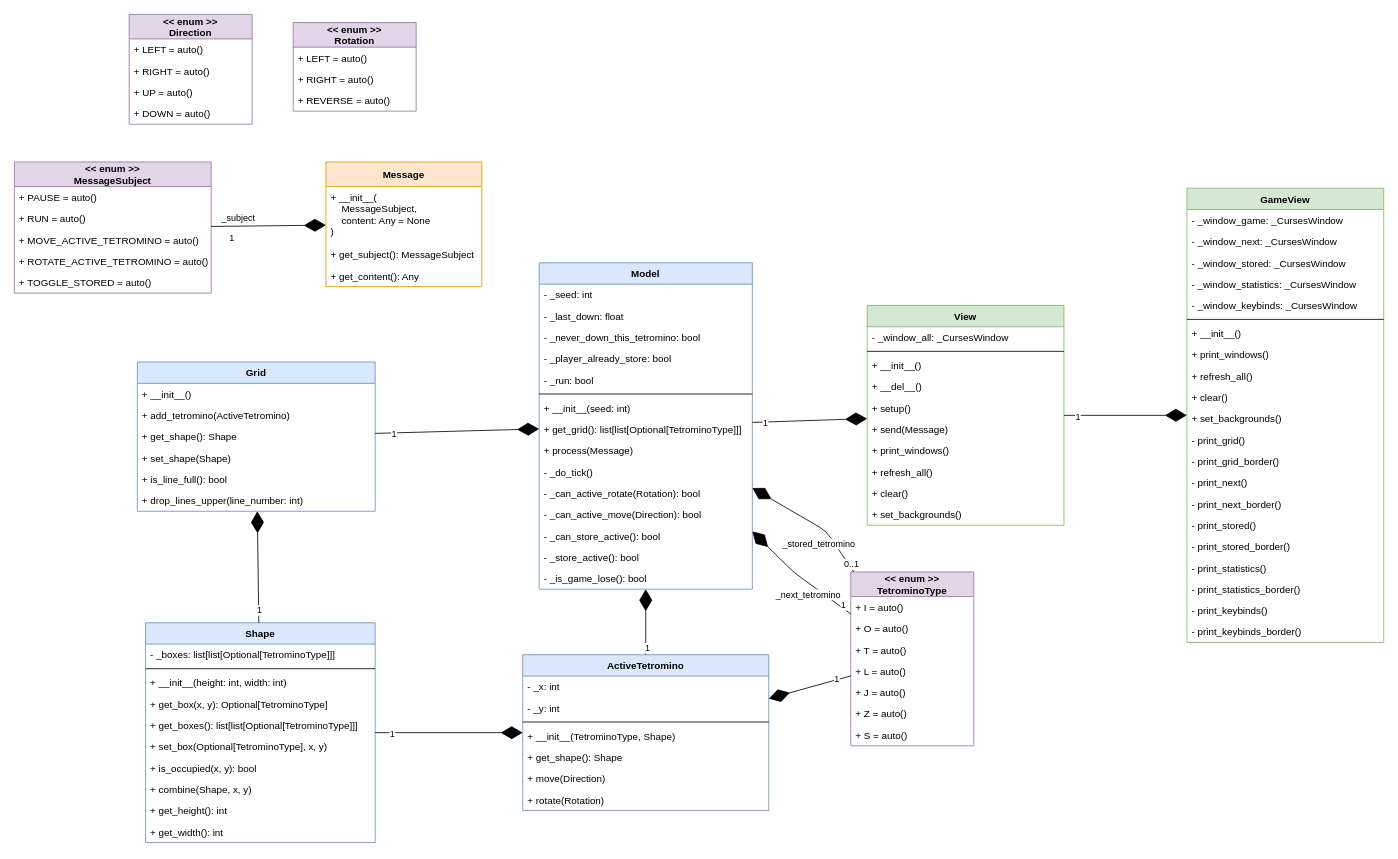
This is information/class diagram.drawio from le-chartreux/Tertris, a draw.io file, before an edit. Source tidied: cells renumbered, new cells numbered last; positions are measured from the earlier drawing's top-left corner, leaving out a move shared by most shapes. Both pictures are drawn from the tidied source at 82%, with x=0, y=0 at pixel (14, 14).
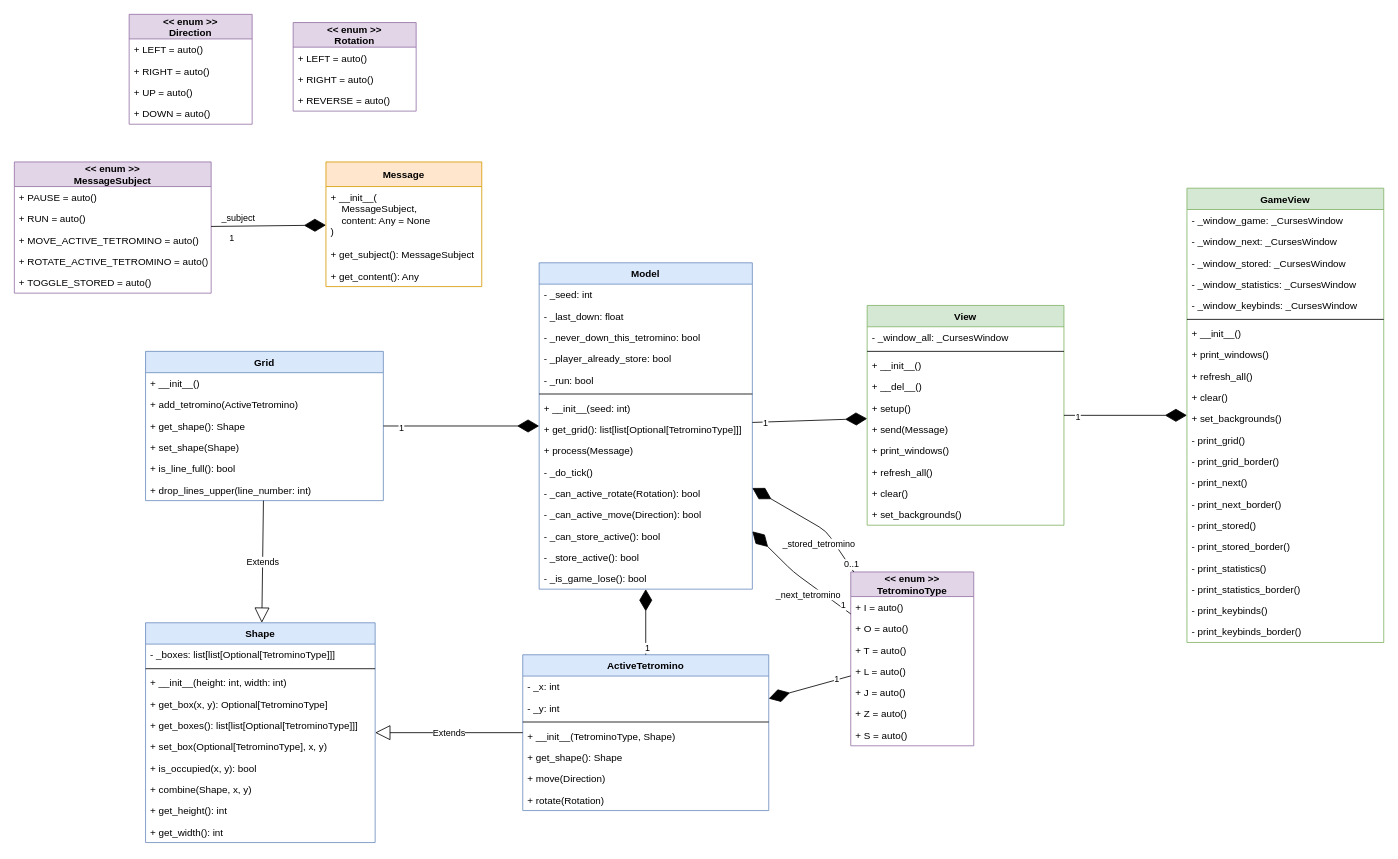
After the change.

Unchanged cells that the change refers to:
```xml
<mxCell id="61" value="ActiveTetromino" style="swimlane;fontStyle=1;align=center;verticalAlign=top;horizontal=1;startSize=26;fillColor=#dae8fc;strokeColor=#6c8ebf;" parent="1" vertex="1">
  <mxGeometry x="620" y="781" width="300" height="190" as="geometry" />
</mxCell>
<mxCell id="74" value="Shape" style="swimlane;fontStyle=1;horizontal=1;startSize=26;fillColor=#dae8fc;strokeColor=#6c8ebf;" parent="1" vertex="1">
  <mxGeometry x="160" y="742" width="280" height="268" as="geometry" />
</mxCell>
```

Change to the diagram source:
```diff
@@
     <mxCell id="52" value="Grid" style="swimlane;fontStyle=1;align=center;verticalAlign=top;horizontal=1;startSize=26;fillColor=#dae8fc;strokeColor=#6c8ebf;" parent="1" vertex="1">
-      <mxGeometry x="150" y="424" width="290" height="182" as="geometry" />
+      <mxGeometry x="160" y="411" width="290" height="182" as="geometry" />
     </mxCell>
@@
-    <mxCell id="85" style="endArrow=diamondThin;endFill=1;endSize=24;html=1;" parent="1" edge="1" source="74" target="52">
-      <mxGeometry relative="1" as="geometry" />
-    </mxCell>
-    <mxCell id="86" value="1" style="edgeLabel;html=1;align=center;verticalAlign=middle;" parent="85" vertex="1">
-      <mxGeometry x="-0.78" y="-1" relative="1" as="geometry" />
-    </mxCell>
-    <mxCell id="87" style="endArrow=diamondThin;endFill=1;endSize=24;html=1;" parent="1" edge="1" source="74" target="61">
-      <mxGeometry relative="1" as="geometry" />
-    </mxCell>
-    <mxCell id="88" value="1" style="edgeLabel;html=1;align=center;verticalAlign=middle;" parent="87" vertex="1">
-      <mxGeometry x="-0.78" y="-1" relative="1" as="geometry" />
-    </mxCell>
@@
+    <mxCell id="127" value="Extends" style="endArrow=block;endSize=16;endFill=0;html=1;" parent="1" edge="1" source="52" target="74">
+      <mxGeometry relative="1" as="geometry" />
+    </mxCell>
+    <mxCell id="128" value="Extends" style="endArrow=block;endSize=16;endFill=0;html=1;" parent="1" edge="1" source="61" target="74">
+      <mxGeometry relative="1" as="geometry" />
+    </mxCell>
```
